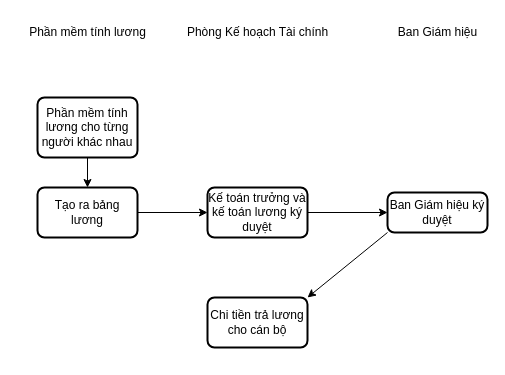
This is Lương.drawio from hype1524/Test, a draw.io file, before an edit. Source tidied: cells renumbered, new cells numbered last; positions are measured from the earlier drawing's top-left corner, leaving out a move shared by most shapes. Both pictures are drawn from the tidied source at 100%, with x=0, y=0 at pixel (17, 17).
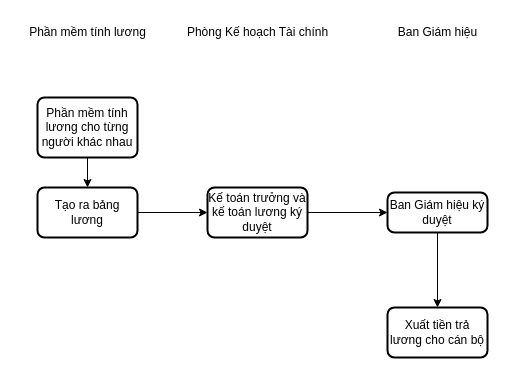
The same diagram, later.

Change to the diagram source:
```diff
@@
 <mxGraphModel>
   <root>
     <mxCell id="0" />
     <mxCell id="1" parent="0" />
     <mxCell id="2" value="Phần mềm tính lương cho từng người khác nhau" style="rounded=1;whiteSpace=wrap;html=1;absoluteArcSize=1;arcSize=14;strokeWidth=2;" parent="1" vertex="1">
       <mxGeometry x="20" y="80" width="100" height="60" as="geometry" />
     </mxCell>
     <mxCell id="3" value="Tạo ra bảng lương" style="rounded=1;whiteSpace=wrap;html=1;absoluteArcSize=1;arcSize=14;strokeWidth=2;" parent="1" vertex="1">
       <mxGeometry x="20" y="170" width="100" height="50" as="geometry" />
     </mxCell>
     <mxCell id="4" style="endArrow=classic;html=1;rounded=0;exitX=0.5;exitY=1;exitDx=0;exitDy=0;" parent="1" edge="1" source="2" target="3">
       <mxGeometry relative="1" as="geometry" />
     </mxCell>
     <mxCell id="5" value="Ban Giám hiệu ký duyệt" style="rounded=1;whiteSpace=wrap;html=1;absoluteArcSize=1;arcSize=14;strokeWidth=2;" parent="1" vertex="1">
       <mxGeometry x="370" y="175" width="100" height="40" as="geometry" />
     </mxCell>
     <mxCell id="6" value="Kế toán trưởng và kế toán lương ký duyệt" style="rounded=1;whiteSpace=wrap;html=1;absoluteArcSize=1;arcSize=14;strokeWidth=2;" parent="1" vertex="1">
       <mxGeometry x="190" y="170" width="100" height="50" as="geometry" />
     </mxCell>
     <mxCell id="7" style="endArrow=classic;html=1;rounded=0;exitX=1;exitY=0.5;exitDx=0;exitDy=0;" parent="1" edge="1" source="3" target="6">
       <mxGeometry relative="1" as="geometry" />
     </mxCell>
     <mxCell id="8" style="endArrow=classic;html=1;rounded=0;exitX=1;exitY=0.5;exitDx=0;exitDy=0;entryX=0;entryY=0.5;entryDx=0;entryDy=0;" parent="1" edge="1" source="6" target="5">
       <mxGeometry relative="1" as="geometry" />
     </mxCell>
-    <mxCell id="9" value="Chi tiền trả lương cho cán bộ" style="rounded=1;whiteSpace=wrap;html=1;absoluteArcSize=1;arcSize=14;strokeWidth=2;" parent="1" vertex="1">
-      <mxGeometry x="190" y="280" width="100" height="50" as="geometry" />
+    <mxCell id="9" value="Xuất tiền trả lương cho cán bộ" style="rounded=1;whiteSpace=wrap;html=1;absoluteArcSize=1;arcSize=14;strokeWidth=2;" parent="1" vertex="1">
+      <mxGeometry x="370" y="290" width="100" height="50" as="geometry" />
     </mxCell>
-    <mxCell id="10" style="endArrow=classic;html=1;rounded=0;exitX=0;exitY=1;exitDx=0;exitDy=0;entryX=1;entryY=0;entryDx=0;entryDy=0;" parent="1" edge="1" source="5" target="9">
+    <mxCell id="10" style="endArrow=classic;html=1;rounded=0;exitX=0.5;exitY=1;exitDx=0;exitDy=0;entryX=0.5;entryY=0;entryDx=0;entryDy=0;" parent="1" edge="1" source="5" target="9">
       <mxGeometry relative="1" as="geometry" />
     </mxCell>
     <mxCell id="11" value="Phần mềm tính lương" style="text;html=1;align=center;verticalAlign=middle;strokeColor=none;fillColor=none;" parent="1" vertex="1">
       <mxGeometry width="140" height="30" as="geometry" />
     </mxCell>
     <mxCell id="12" value="Phòng Kế hoạch Tài chính" style="text;html=1;align=center;verticalAlign=middle;strokeColor=none;fillColor=none;" parent="1" vertex="1">
       <mxGeometry x="160" width="160" height="30" as="geometry" />
     </mxCell>
     <mxCell id="13" value="Ban Giám hiệu" style="text;html=1;align=center;verticalAlign=middle;strokeColor=none;fillColor=none;" parent="1" vertex="1">
       <mxGeometry x="370" width="100" height="30" as="geometry" />
     </mxCell>
   </root>
 </mxGraphModel>
```
